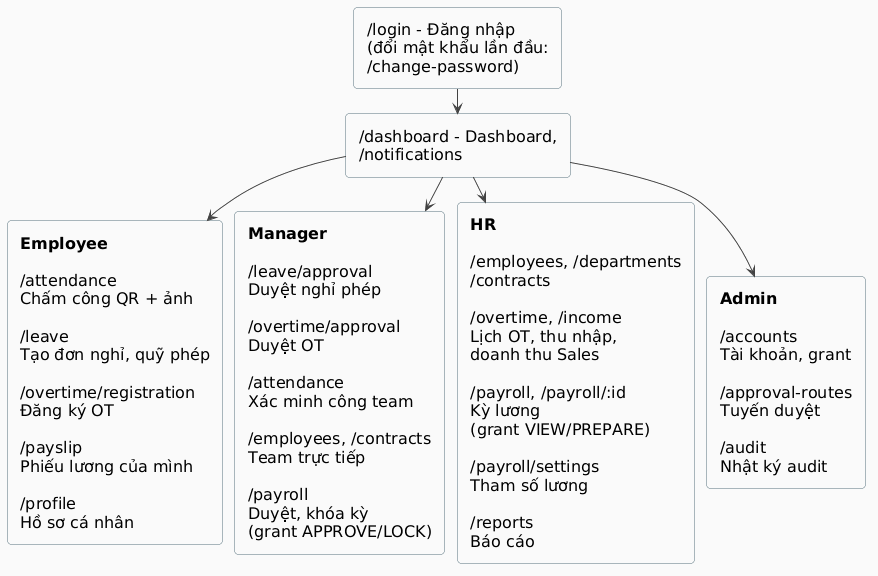
This is docs/uml/png/fig4_20_navigation.png from gihan160306/HRFlow, a PlantUML export, as it was before one commit.
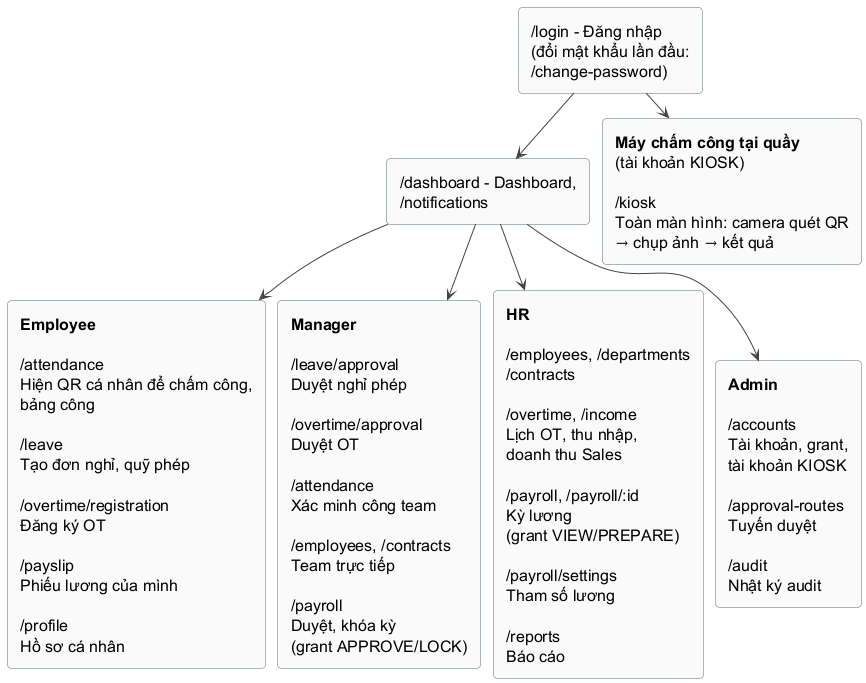
The same file after the commit.

The edit, as a diff of the source:
```diff
@@ -1,4 +1,4 @@
-@startuml
+@startuml fig4_20_navigation
 skinparam backgroundColor #FFFFFF
 skinparam shadowing false
 skinparam roundCorner 8
@@ -35,13 +35,15 @@
 skinparam nodesep 12
 rectangle "/login - Đăng nhập\n(đổi mật khẩu lần đầu: /change-password)" as L
 rectangle "/dashboard - Dashboard, /notifications" as D
-rectangle "**Employee**\n\n/attendance\nChấm công QR + ảnh\n\n/leave\nTạo đơn nghỉ, quỹ phép\n\n/overtime/registration\nĐăng ký OT\n\n/payslip\nPhiếu lương của mình\n\n/profile\nHồ sơ cá nhân" as E
+rectangle "**Employee**\n\n/attendance\nHiện QR cá nhân để chấm công,\nbảng công\n\n/leave\nTạo đơn nghỉ, quỹ phép\n\n/overtime/registration\nĐăng ký OT\n\n/payslip\nPhiếu lương của mình\n\n/profile\nHồ sơ cá nhân" as E
 rectangle "**Manager**\n\n/leave/approval\nDuyệt nghỉ phép\n\n/overtime/approval\nDuyệt OT\n\n/attendance\nXác minh công team\n\n/employees, /contracts\nTeam trực tiếp\n\n/payroll\nDuyệt, khóa kỳ\n(grant APPROVE/LOCK)" as M
 rectangle "**HR**\n\n/employees, /departments\n/contracts\n\n/overtime, /income\nLịch OT, thu nhập,\ndoanh thu Sales\n\n/payroll, /payroll/:id\nKỳ lương\n(grant VIEW/PREPARE)\n\n/payroll/settings\nTham số lương\n\n/reports\nBáo cáo" as H
-rectangle "**Admin**\n\n/accounts\nTài khoản, grant\n\n/approval-routes\nTuyến duyệt\n\n/audit\nNhật ký audit" as A
+rectangle "**Máy chấm công tại quầy**\n(tài khoản KIOSK)\n\n/kiosk\nToàn màn hình: camera quét QR\n→ chụp ảnh → kết quả" as K
+rectangle "**Admin**\n\n/accounts\nTài khoản, grant,\ntài khoản KIOSK\n\n/approval-routes\nTuyến duyệt\n\n/audit\nNhật ký audit" as A
 L --> D
 D --> E
 D --> M
 D --> H
 D --> A
+L --> K
 @enduml
```
